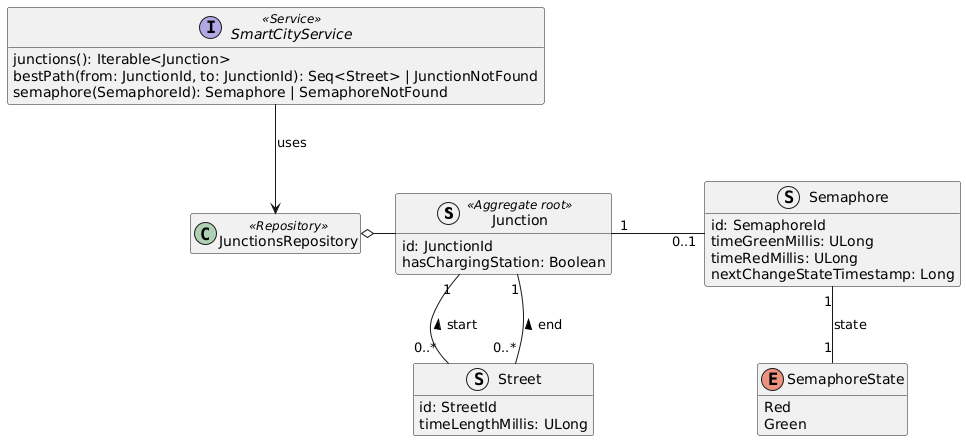
This is doc/diagrams/smart-city-domain-model.png from Ventus218/SAP-assignment-03, a PlantUML export, as it was before one commit. Source of this version:
```plantuml
@startuml smart-city-domain-model

hide empty members

struct Junction <<Aggregate root>> {
    id: JunctionId
    hasChargingStation: Boolean
}

struct Street {
    id: StreetId
    timeLengthMillis: ULong
}

struct Semaphore {
    id: SemaphoreId
    timeGreenMillis: ULong
    timeRedMillis: ULong
    nextChangeStateTimestamp: Long
}

enum SemaphoreState {
    Red
    Green
}

interface SmartCityService <<Service>> {
    junctions(): Iterable<Junction>
    bestPath(from: JunctionId, to: JunctionId): Seq<Street> | JunctionNotFound
    semaphore(SemaphoreId): Semaphore | SemaphoreNotFound
}

class JunctionsRepository <<Repository>>

Junction "1" -r- "0..1" Semaphore : "              "
Street "0..*" -u- "1" Junction : "start >"
Street -u[hidden]- Junction
Street "0..*" -u- "1" Junction : "end >"
Semaphore "1" -- "1" SemaphoreState : "state"
SmartCityService --> JunctionsRepository : "uses"
JunctionsRepository o- Junction

@enduml
```
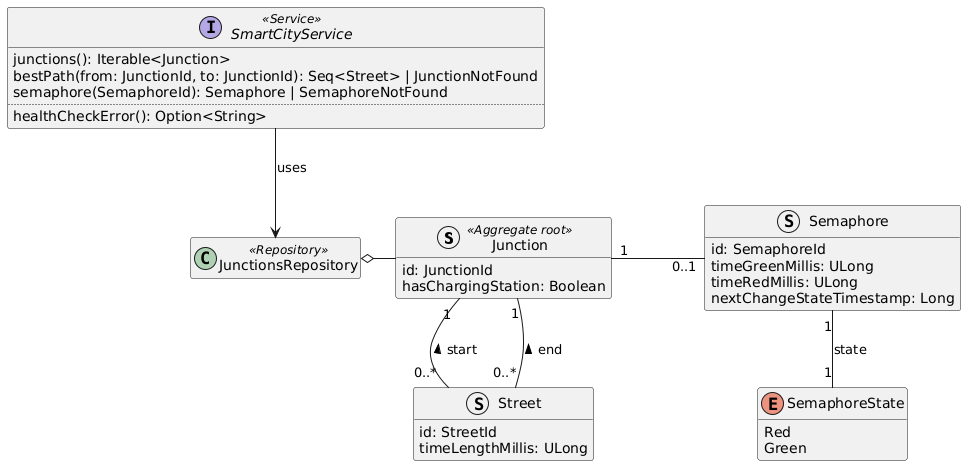
After the change.

Commit message:
Automatically generated PlantUML diagrams

Diff of the diagram source:
```diff
@@ -28,6 +28,8 @@
     junctions(): Iterable<Junction>
     bestPath(from: JunctionId, to: JunctionId): Seq<Street> | JunctionNotFound
     semaphore(SemaphoreId): Semaphore | SemaphoreNotFound
+    ..
+    healthCheckError(): Option<String>
 }
 
 class JunctionsRepository <<Repository>>
```
